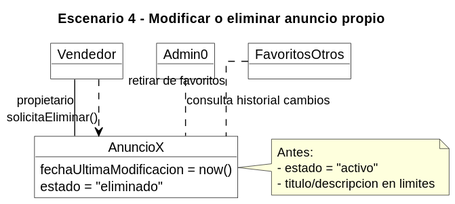
Before: recursos/Escenario4.svg, a diagram exported from PlantUML (NBP6099/WallapopEstudiante).
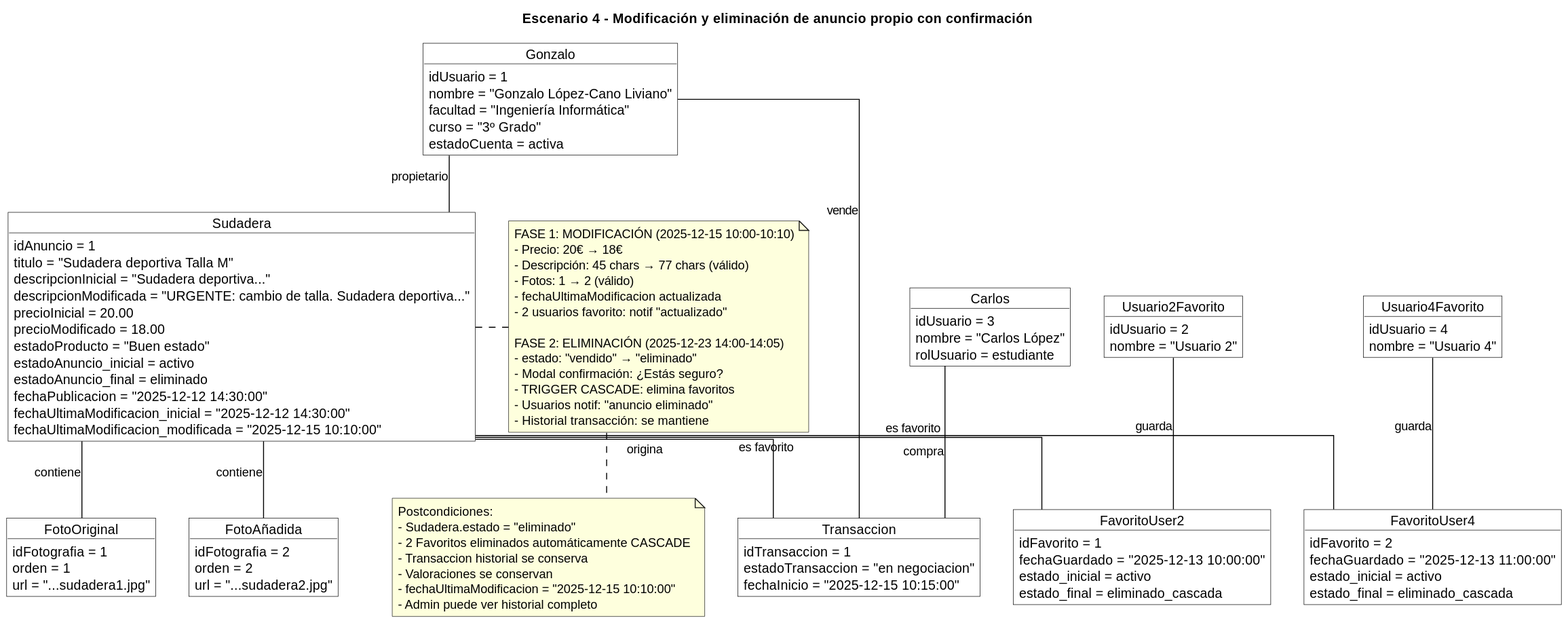
After the commit.

The edit, as a diff of the source:
```diff
@@ -1,5 +1,5 @@
 @startuml
-title Escenario 4 - Modificar o eliminar anuncio propio
+title Escenario 4 - Modificación y eliminación de anuncio propio con confirmación
 skinparam classAttributeIconSize 0
 skinparam linetype ortho
 skinparam defaultFontName Helvetica
@@ -8,24 +8,115 @@
 skinparam ArrowColor Black
 skinparam Shadowing false
 
-object Vendedor
-object AnuncioX
-object Admin0
-object FavoritosOtros
+object Gonzalo {
+  idUsuario = 1
+  nombre = "Gonzalo López-Cano Liviano"
+  facultad = "Ingeniería Informática"
+  curso = "3º Grado"
+  estadoCuenta = activa
+}
 
-Vendedor -- AnuncioX : propietario
+object Carlos {
+  idUsuario = 3
+  nombre = "Carlos López"
+  rolUsuario = estudiante
+}
 
-note right of AnuncioX
-Antes:
-- estado = "activo"
-- titulo/descripcion en limites
+object Usuario2Favorito {
+  idUsuario = 2
+  nombre = "Usuario 2"
+}
+
+object Usuario4Favorito {
+  idUsuario = 4
+  nombre = "Usuario 4"
+}
+
+object Sudadera {
+  idAnuncio = 1
+  titulo = "Sudadera deportiva Talla M"
+  descripcionInicial = "Sudadera deportiva..."
+  descripcionModificada = "URGENTE: cambio de talla. Sudadera deportiva..."
+  precioInicial = 20.00
+  precioModificado = 18.00
+  estadoProducto = "Buen estado"
+  estadoAnuncio_inicial = activo
+  estadoAnuncio_final = eliminado
+  fechaPublicacion = "2025-12-12 14:30:00"
+  fechaUltimaModificacion_inicial = "2025-12-12 14:30:00"
+  fechaUltimaModificacion_modificada = "2025-12-15 10:10:00"
+}
+
+object FotoOriginal {
+  idFotografia = 1
+  orden = 1
+  url = "...sudadera1.jpg"
+}
+
+object FotoAñadida {
+  idFotografia = 2
+  orden = 2
+  url = "...sudadera2.jpg"
+}
+
+object Transaccion {
+  idTransaccion = 1
+  estadoTransaccion = "en negociacion"
+  fechaInicio = "2025-12-15 10:15:00"
+}
+
+object FavoritoUser2 {
+  idFavorito = 1
+  fechaGuardado = "2025-12-13 10:00:00"
+  estado_inicial = activo
+  estado_final = eliminado_cascada
+}
+
+object FavoritoUser4 {
+  idFavorito = 2
+  fechaGuardado = "2025-12-13 11:00:00"
+  estado_inicial = activo
+  estado_final = eliminado_cascada
+}
+
+Gonzalo -- Sudadera : propietario
+Gonzalo -- Transaccion : vende
+Carlos -- Transaccion : compra
+
+Sudadera -- FotoOriginal : contiene
+Sudadera -- FotoAñadida : contiene
+
+Sudadera -- Transaccion : origina
+
+Usuario2Favorito -- FavoritoUser2 : guarda
+Usuario4Favorito -- FavoritoUser4 : guarda
+
+Sudadera -- FavoritoUser2 : es favorito
+Sudadera -- FavoritoUser4 : es favorito
+
+note right of Sudadera
+FASE 1: MODIFICACIÓN (2025-12-15 10:00-10:10)
+- Precio: 20€ → 18€
+- Descripción: 45 chars → 77 chars (válido)
+- Fotos: 1 → 2 (válido)
+- fechaUltimaModificacion actualizada
+- 2 usuarios favorito: notif "actualizado"
+
+FASE 2: ELIMINACIÓN (2025-12-23 14:00-14:05)
+- estado: "vendido" → "eliminado"
+- Modal confirmación: ¿Estás seguro?
+- TRIGGER CASCADE: elimina favoritos
+- Usuarios notif: "anuncio eliminado"
+- Historial transacción: se mantiene
 end note
 
-AnuncioX : fechaUltimaModificacion = now()
-
-Vendedor ..> AnuncioX : solicitaEliminar()
-AnuncioX : estado = "eliminado"
-FavoritosOtros .. AnuncioX : retirar de favoritos
-
-Admin0 .. AnuncioX : consulta historial cambios
+note bottom
+Postcondiciones:
+- Sudadera.estado = "eliminado"
+- 2 Favoritos eliminados automáticamente CASCADE
+- Transaccion historial se conserva
+- Valoraciones se conservan
+- fechaUltimaModificacion = "2025-12-15 10:10:00"
+- Admin puede ver historial completo
+end note
 @enduml
```
